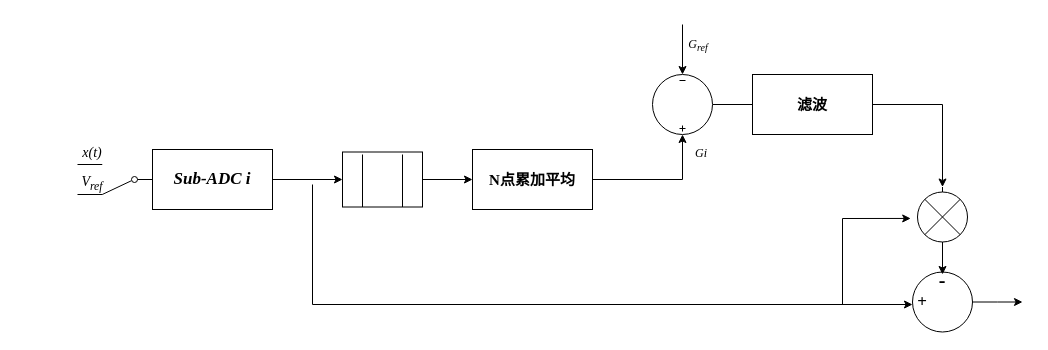
Above: 失配3.drawio in w1213ph/draw.io (draw.io), before the change. Source tidied: cells renumbered, new cells numbered last; positions are measured from the earlier drawing's top-left corner, leaving out a move shared by most shapes. Both pictures are drawn from the tidied source at 100%, with x=0, y=0 at pixel (62, 24).
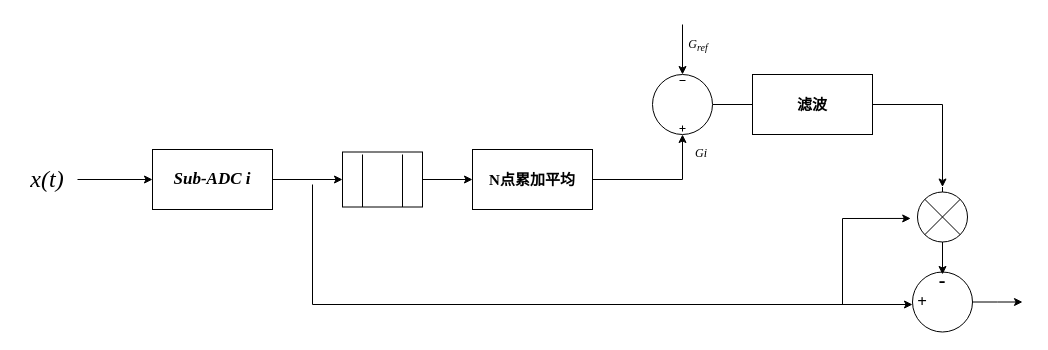
The same diagram, later.

The change refers to these unchanged cells:
```xml
<mxCell id="4" value="Sub-ADC i" style="rounded=0;whiteSpace=wrap;html=1;fontFamily=Times New Roman;fontStyle=3;fontSize=17;" parent="1" vertex="1">
  <mxGeometry x="90" y="125" width="120" height="60" as="geometry" />
</mxCell>
```

What changed in the source:
```diff
@@
-    <mxCell id="2" style="verticalLabelPosition=bottom;shadow=0;dashed=0;align=center;html=1;verticalAlign=top;shape=mxgraph.electrical.electro-mechanical.twoWayContact2;elSwitchState=1;flipH=1;flipV=1;" parent="1" vertex="1">
-      <mxGeometry x="15" y="140" width="75" height="30" as="geometry" />
-    </mxCell>
@@
+    <mxCell id="29" style="edgeStyle=orthogonalEdgeStyle;rounded=0;jettySize=auto;html=1;entryX=0;entryY=0.5;entryDx=0;entryDy=0;" parent="1" edge="1" source="27" target="4">
+      <mxGeometry relative="1" as="geometry" />
+    </mxCell>
-    <mxCell id="27" value="x(t)" style="text;html=1;align=center;verticalAlign=middle;whiteSpace=wrap;rounded=0;fontFamily=Times New Roman;fontStyle=2;fontSize=14;" parent="1" vertex="1">
-      <mxGeometry y="114" width="60" height="30" as="geometry" />
+    <mxCell id="27" value="x(t)" style="text;html=1;align=center;verticalAlign=middle;whiteSpace=wrap;rounded=0;fontFamily=Times New Roman;fontStyle=2;fontSize=24;" parent="1" vertex="1">
+      <mxGeometry x="-45" y="140" width="60" height="30" as="geometry" />
     </mxCell>
-    <mxCell id="28" value="V&lt;sub&gt;ref&lt;/sub&gt;" style="text;html=1;align=center;verticalAlign=middle;whiteSpace=wrap;rounded=0;fontFamily=Times New Roman;fontSize=14;fontStyle=2;" parent="1" vertex="1">
-      <mxGeometry y="144" width="60" height="30" as="geometry" />
-    </mxCell>
```
